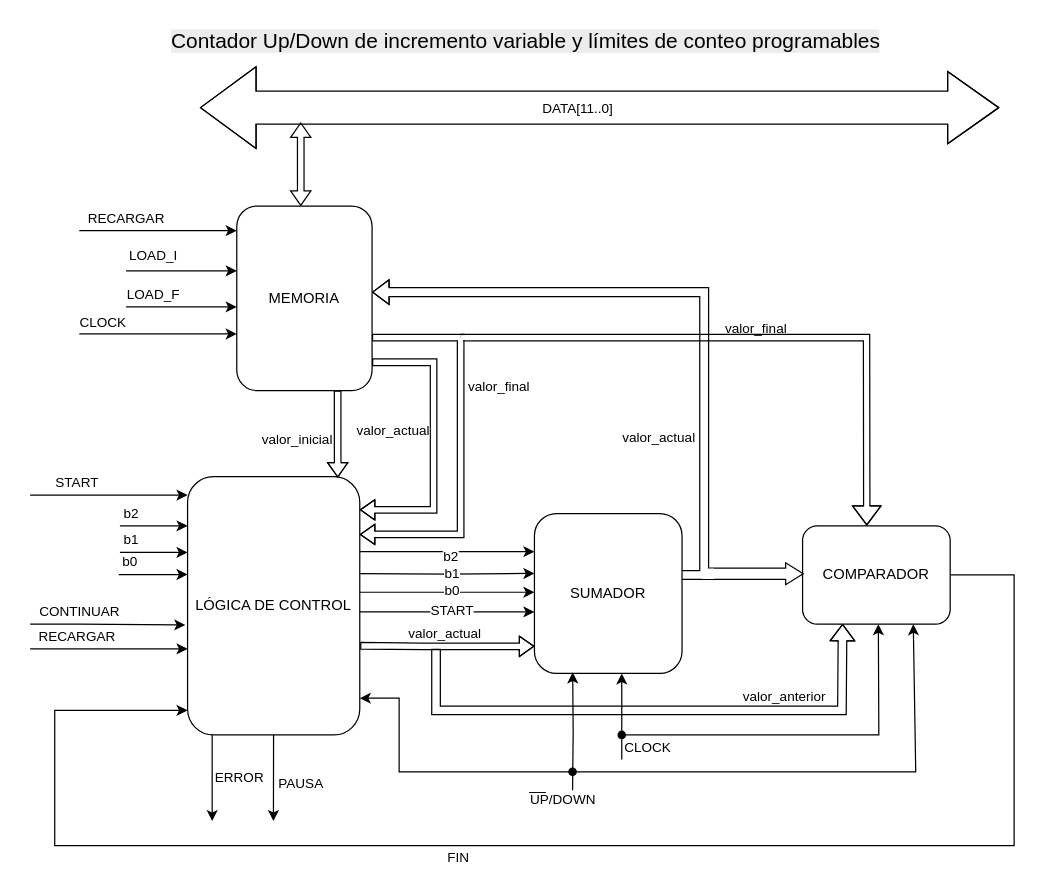
albertinap/IDL keeps this draw.io diagram as page "Contador Up/Down" (2 of 6) of Integrador/Integrador.drawio. Above is the earlier version. Source tidied: cells renumbered, new cells numbered last; positions are measured from the earlier drawing's top-left corner, leaving out a move shared by most shapes. Both pictures are drawn from the tidied source at 123%, with x=0, y=0 at pixel (30, 21).
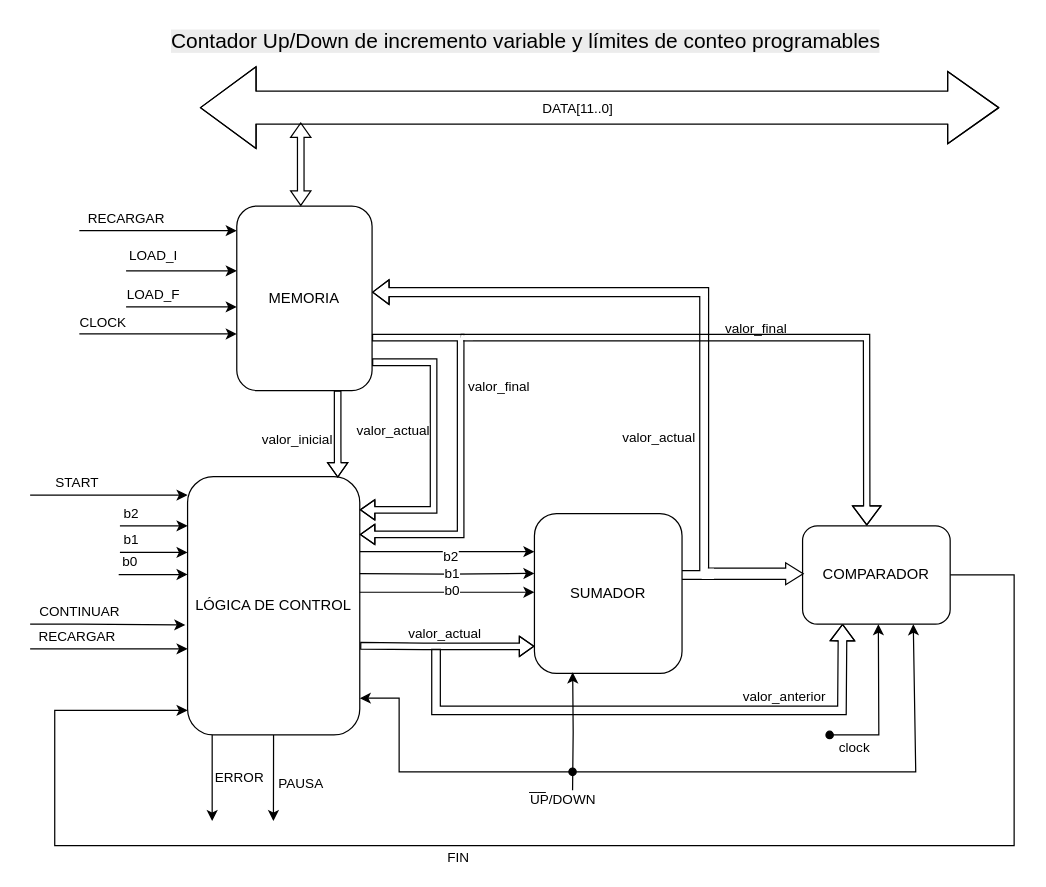
The same diagram, later.

The edit, as a diff of the source:
```diff
@@
-    <mxCell id="44" style="edgeStyle=orthogonalEdgeStyle;rounded=0;orthogonalLoop=1;jettySize=auto;html=1;" parent="1" edge="1">
-      <mxGeometry relative="1" as="geometry">
-        <mxPoint x="481" y="600" as="sourcePoint" />
-        <mxPoint x="481" y="530" as="targetPoint" />
-        <Array as="points">
-          <mxPoint x="481" y="550" />
-          <mxPoint x="481" y="550" />
-        </Array>
-      </mxGeometry>
-    </mxCell>
-    <mxCell id="45" value="CLOCK" style="edgeLabel;html=1;align=center;verticalAlign=middle;" parent="44" vertex="1">
-      <mxGeometry x="-0.72" y="2" relative="1" as="geometry">
-        <mxPoint x="22" y="-1" as="offset" />
-      </mxGeometry>
-    </mxCell>
@@
-    <mxCell id="63" style="edgeStyle=orthogonalEdgeStyle;rounded=0;orthogonalLoop=1;jettySize=auto;html=1;exitX=1;exitY=0.5;exitDx=0;exitDy=0;entryX=0;entryY=0.583;entryDx=0;entryDy=0;entryPerimeter=0;" parent="1" edge="1">
-      <mxGeometry relative="1" as="geometry">
-        <mxPoint x="268" y="480" as="sourcePoint" />
-        <mxPoint x="410" y="480" as="targetPoint" />
-      </mxGeometry>
-    </mxCell>
-    <mxCell id="64" value="START" style="edgeLabel;html=1;align=center;verticalAlign=middle;" parent="63" vertex="1">
-      <mxGeometry x="0.01" y="1" relative="1" as="geometry">
-        <mxPoint x="2" y="-1" as="offset" />
-      </mxGeometry>
-    </mxCell>
@@
-    <mxCell id="66" style="endArrow=classic;html=1;rounded=0;startArrow=oval;startFill=1;" parent="1" edge="1">
-      <mxGeometry relative="1" as="geometry">
-        <mxPoint x="481" y="580" as="sourcePoint" />
+    <mxCell id="66" value="clock" style="endArrow=classic;html=1;rounded=0;startArrow=oval;startFill=1;" parent="1" edge="1">
+      <mxGeometry x="-0.69" y="-10" relative="1" as="geometry">
+        <mxPoint x="650" y="580" as="sourcePoint" />
         <mxPoint x="689.6" y="490" as="targetPoint" />
         <Array as="points">
           <mxPoint x="690" y="580" />
         </Array>
       </mxGeometry>
     </mxCell>
```
